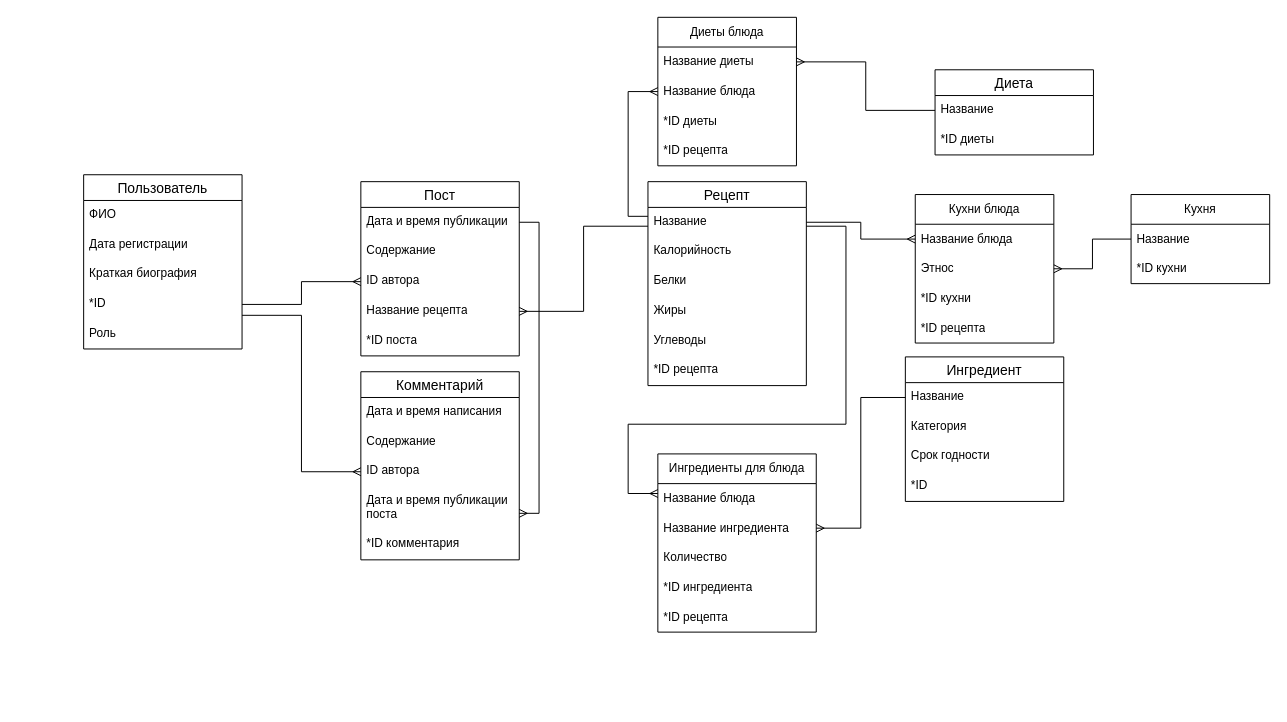
shuntarochishiya/Chef-Blog keeps this draw.io diagram as database.drawio. Above is the earlier version. Source tidied: cells renumbered, new cells numbered last; positions are measured from the earlier drawing's top-left corner, leaving out a move shared by most shapes. Both pictures are drawn from the tidied source at 99%, with x=0, y=0 at pixel (83, 17).
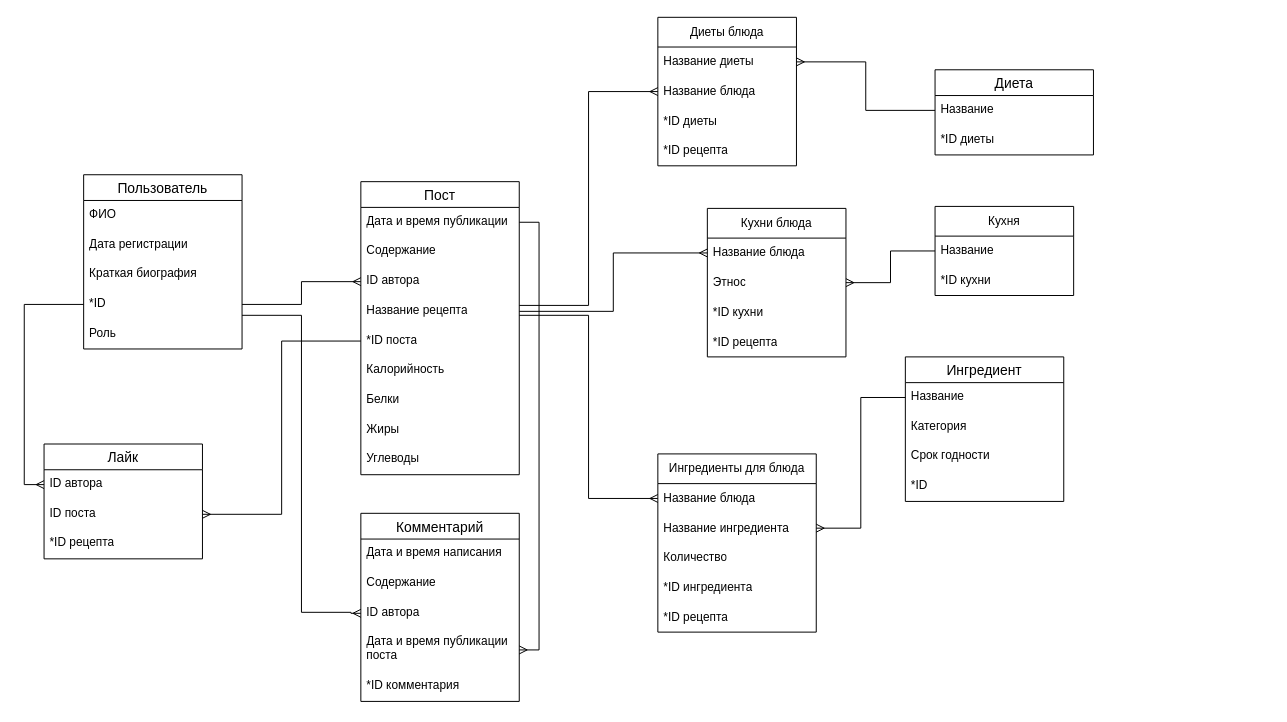
Above is the later version.

Unchanged cells that the change refers to:
```xml
<mxCell id="6" value="*ID" style="text;strokeColor=none;fillColor=none;spacingLeft=4;spacingRight=4;overflow=hidden;points=[[0,0.5],[1,0.5]];portConstraint=eastwest;fontSize=12;whiteSpace=wrap;html=1;" parent="2" vertex="1">
  <mxGeometry y="116" width="160" height="30" as="geometry" />
</mxCell>
<mxCell id="9" value="Дата и время публикации" style="text;strokeColor=none;fillColor=none;spacingLeft=4;spacingRight=4;overflow=hidden;points=[[0,0.5],[1,0.5]];portConstraint=eastwest;fontSize=12;whiteSpace=wrap;html=1;" parent="8" vertex="1">
  <mxGeometry y="26" width="160" height="30" as="geometry" />
</mxCell>
<mxCell id="12" value="Название рецепта" style="text;strokeColor=none;fillColor=none;spacingLeft=4;spacingRight=4;overflow=hidden;points=[[0,0.5],[1,0.5]];portConstraint=eastwest;fontSize=12;whiteSpace=wrap;html=1;" parent="8" vertex="1">
  <mxGeometry y="116" width="160" height="30" as="geometry" />
</mxCell>
<mxCell id="13" value="*ID поста" style="text;strokeColor=none;fillColor=none;spacingLeft=4;spacingRight=4;overflow=hidden;points=[[0,0.5],[1,0.5]];portConstraint=eastwest;fontSize=12;whiteSpace=wrap;html=1;" parent="8" vertex="1">
  <mxGeometry y="146" width="160" height="30" as="geometry" />
</mxCell>
<mxCell id="17" value="ID автора" style="text;strokeColor=none;fillColor=none;spacingLeft=4;spacingRight=4;overflow=hidden;points=[[0,0.5],[1,0.5]];portConstraint=eastwest;fontSize=12;whiteSpace=wrap;html=1;" parent="14" vertex="1">
  <mxGeometry y="86" width="160" height="30" as="geometry" />
</mxCell>
<mxCell id="18" value="Дата и время публикации поста" style="text;strokeColor=none;fillColor=none;spacingLeft=4;spacingRight=4;overflow=hidden;points=[[0,0.5],[1,0.5]];portConstraint=eastwest;fontSize=12;whiteSpace=wrap;html=1;" parent="14" vertex="1">
  <mxGeometry y="116" width="160" height="44" as="geometry" />
</mxCell>
<mxCell id="36" value="Название блюда" style="text;strokeColor=none;fillColor=none;align=left;verticalAlign=middle;spacingLeft=4;spacingRight=4;overflow=hidden;points=[[0,0.5],[1,0.5]];portConstraint=eastwest;whiteSpace=wrap;html=1;" parent="35" vertex="1">
  <mxGeometry y="30" width="160" height="30" as="geometry" />
</mxCell>
<mxCell id="45" value="Название блюда" style="text;strokeColor=none;fillColor=none;align=left;verticalAlign=middle;spacingLeft=4;spacingRight=4;overflow=hidden;points=[[0,0.5],[1,0.5]];portConstraint=eastwest;whiteSpace=wrap;html=1;" parent="43" vertex="1">
  <mxGeometry y="60" width="140" height="30" as="geometry" />
</mxCell>
<mxCell id="55" value="Название блюда" style="text;strokeColor=none;fillColor=none;align=left;verticalAlign=middle;spacingLeft=4;spacingRight=4;overflow=hidden;points=[[0,0.5],[1,0.5]];portConstraint=eastwest;whiteSpace=wrap;html=1;" parent="54" vertex="1">
  <mxGeometry y="30" width="140" height="30" as="geometry" />
</mxCell>
```

The edit, as a diff of the source:
```diff
@@
     <mxCell id="8" value="Пост" style="swimlane;fontStyle=0;horizontal=1;startSize=26;align=center;fontSize=14;" parent="1" vertex="1">
-      <mxGeometry x="280" y="166" width="160" height="176" as="geometry" />
+      <mxGeometry x="280" y="166" width="160" height="296" as="geometry" />
     </mxCell>
@@
+    <mxCell id="22" value="Калорийность" style="text;strokeColor=none;fillColor=none;spacingLeft=4;spacingRight=4;overflow=hidden;fontSize=12;whiteSpace=wrap;html=1;" parent="8" vertex="1">
+      <mxGeometry y="176" width="160" height="30" as="geometry" />
+    </mxCell>
+    <mxCell id="23" value="Белки" style="text;strokeColor=none;fillColor=none;spacingLeft=4;spacingRight=4;overflow=hidden;fontSize=12;whiteSpace=wrap;html=1;" parent="8" vertex="1">
+      <mxGeometry y="206" width="160" height="30" as="geometry" />
+    </mxCell>
+    <mxCell id="64" value="Жиры" style="text;strokeColor=none;fillColor=none;spacingLeft=4;spacingRight=4;overflow=hidden;fontSize=12;whiteSpace=wrap;html=1;" parent="8" vertex="1">
+      <mxGeometry y="236" width="160" height="30" as="geometry" />
+    </mxCell>
+    <mxCell id="65" value="Углеводы" style="text;strokeColor=none;fillColor=none;spacingLeft=4;spacingRight=4;overflow=hidden;fontSize=12;whiteSpace=wrap;html=1;" parent="8" vertex="1">
+      <mxGeometry y="266" width="160" height="30" as="geometry" />
+    </mxCell>
     <mxCell id="14" value="Комментарий" style="swimlane;fontStyle=0;horizontal=1;startSize=26;align=center;fontSize=14;" parent="1" vertex="1">
-      <mxGeometry x="280" y="358" width="160" height="190" as="geometry" />
+      <mxGeometry x="280" y="501" width="160" height="190" as="geometry" />
     </mxCell>
@@
-    <mxCell id="20" value="Рецепт" style="swimlane;fontStyle=0;horizontal=1;startSize=26;align=center;fontSize=14;" parent="1" vertex="1">
-      <mxGeometry x="570" y="166" width="160" height="206" as="geometry" />
+    <mxCell id="20" value="Лайк" style="swimlane;fontStyle=0;horizontal=1;startSize=26;align=center;fontSize=14;" parent="1" vertex="1">
+      <mxGeometry x="-40" y="431" width="160" height="116" as="geometry" />
     </mxCell>
-    <mxCell id="21" value="Название" style="text;strokeColor=none;fillColor=none;spacingLeft=4;spacingRight=4;overflow=hidden;points=[[0,0.5],[1,0.5]];portConstraint=eastwest;fontSize=12;whiteSpace=wrap;html=1;" parent="20" vertex="1">
-      <mxGeometry y="26" width="160" height="30" as="geometry" />
-    </mxCell>
-    <mxCell id="22" value="Калорийность" style="text;strokeColor=none;fillColor=none;spacingLeft=4;spacingRight=4;overflow=hidden;fontSize=12;whiteSpace=wrap;html=1;" parent="20" vertex="1">
-      <mxGeometry y="56" width="160" height="30" as="geometry" />
-    </mxCell>
-    <mxCell id="23" value="Белки" style="text;strokeColor=none;fillColor=none;spacingLeft=4;spacingRight=4;overflow=hidden;fontSize=12;whiteSpace=wrap;html=1;" parent="20" vertex="1">
-      <mxGeometry y="86" width="160" height="30" as="geometry" />
-    </mxCell>
-    <mxCell id="24" value="Жиры" style="text;strokeColor=none;fillColor=none;spacingLeft=4;spacingRight=4;overflow=hidden;points=[[0,0.5],[1,0.5]];portConstraint=eastwest;fontSize=12;whiteSpace=wrap;html=1;" parent="20" vertex="1">
-      <mxGeometry y="116" width="160" height="30" as="geometry" />
+    <mxCell id="24" value="ID автора" style="text;strokeColor=none;fillColor=none;spacingLeft=4;spacingRight=4;overflow=hidden;points=[[0,0.5],[1,0.5]];portConstraint=eastwest;fontSize=12;whiteSpace=wrap;html=1;" parent="20" vertex="1">
+      <mxGeometry y="26" width="160" height="30" as="geometry" />
     </mxCell>
-    <mxCell id="25" value="Углеводы" style="text;strokeColor=none;fillColor=none;spacingLeft=4;spacingRight=4;overflow=hidden;points=[[0,0.5],[1,0.5]];portConstraint=eastwest;fontSize=12;whiteSpace=wrap;html=1;" parent="20" vertex="1">
-      <mxGeometry y="146" width="160" height="30" as="geometry" />
+    <mxCell id="25" value="ID поста" style="text;strokeColor=none;fillColor=none;spacingLeft=4;spacingRight=4;overflow=hidden;points=[[0,0.5],[1,0.5]];portConstraint=eastwest;fontSize=12;whiteSpace=wrap;html=1;" parent="20" vertex="1">
+      <mxGeometry y="56" width="160" height="30" as="geometry" />
     </mxCell>
     <mxCell id="26" value="*ID рецепта" style="text;strokeColor=none;fillColor=none;spacingLeft=4;spacingRight=4;overflow=hidden;fontSize=12;whiteSpace=wrap;html=1;" parent="20" vertex="1">
-      <mxGeometry y="176" width="160" height="30" as="geometry" />
+      <mxGeometry y="86" width="160" height="30" as="geometry" />
     </mxCell>
@@
-    <mxCell id="41" style="edgeStyle=orthogonalEdgeStyle;rounded=0;jettySize=auto;html=1;endArrow=none;endFill=0;startArrow=ERmany;startFill=0;" parent="1" edge="1" source="36">
-      <mxGeometry relative="1" as="geometry">
-        <mxPoint x="730" y="211" as="targetPoint" />
-        <Array as="points">
-          <mxPoint x="550" y="481" />
-          <mxPoint x="550" y="411" />
-          <mxPoint x="770" y="411" />
-          <mxPoint x="770" y="211" />
-        </Array>
-      </mxGeometry>
-    </mxCell>
@@
-    <mxCell id="49" style="edgeStyle=orthogonalEdgeStyle;rounded=0;jettySize=auto;html=1;entryX=0;entryY=0.5;entryDx=0;entryDy=0;endArrow=ERmany;endFill=0;startArrow=none;startFill=0;" parent="1" edge="1" source="21" target="45">
-      <mxGeometry relative="1" as="geometry">
-        <Array as="points">
-          <mxPoint x="550" y="201" />
-          <mxPoint x="550" y="75" />
-        </Array>
-      </mxGeometry>
-    </mxCell>
-    <mxCell id="50" style="edgeStyle=orthogonalEdgeStyle;rounded=0;jettySize=auto;html=1;entryX=1;entryY=0.5;entryDx=0;entryDy=0;endArrow=ERmany;endFill=0;" parent="1" edge="1" source="21" target="12">
-      <mxGeometry relative="1" as="geometry">
-        <Array as="points">
-          <mxPoint x="505" y="211" />
-          <mxPoint x="505" y="297" />
-        </Array>
-      </mxGeometry>
-    </mxCell>
@@
     <mxCell id="52" style="edgeStyle=orthogonalEdgeStyle;rounded=0;jettySize=auto;html=1;endArrow=ERmany;endFill=0;" parent="1" edge="1" source="6" target="17">
       <mxGeometry relative="1" as="geometry">
         <Array as="points">
           <mxPoint x="220" y="301" />
-          <mxPoint x="220" y="459" />
+          <mxPoint x="220" y="601" />
+          <mxPoint x="270" y="601" />
+          <mxPoint x="270" y="602" />
         </Array>
       </mxGeometry>
     </mxCell>
     <mxCell id="53" style="edgeStyle=orthogonalEdgeStyle;rounded=0;jettySize=auto;html=1;endArrow=ERmany;endFill=0;" parent="1" edge="1" source="9" target="18">
       <mxGeometry relative="1" as="geometry">
         <Array as="points">
           <mxPoint x="460" y="207" />
-          <mxPoint x="460" y="501" />
+          <mxPoint x="460" y="639" />
         </Array>
       </mxGeometry>
     </mxCell>
     <mxCell id="54" value="Кухни блюда" style="swimlane;fontStyle=0;horizontal=1;startSize=30;whiteSpace=wrap;html=1;" parent="1" vertex="1">
-      <mxGeometry x="840" y="179" width="140" height="150" as="geometry" />
+      <mxGeometry x="630" y="193" width="140" height="150" as="geometry" />
     </mxCell>
@@
-    <mxCell id="59" style="edgeStyle=orthogonalEdgeStyle;rounded=0;jettySize=auto;html=1;entryX=0;entryY=0.5;entryDx=0;entryDy=0;endArrow=ERmany;endFill=0;" parent="1" edge="1" source="21" target="55">
-      <mxGeometry relative="1" as="geometry" />
-    </mxCell>
     <mxCell id="60" value="Кухня" style="swimlane;fontStyle=0;horizontal=1;startSize=30;whiteSpace=wrap;html=1;" parent="1" vertex="1">
-      <mxGeometry x="1058" y="179" width="140" height="90" as="geometry" />
+      <mxGeometry x="860" y="191" width="140" height="90" as="geometry" />
     </mxCell>
@@
+    <mxCell id="66" style="edgeStyle=orthogonalEdgeStyle;rounded=0;jettySize=auto;html=1;endArrow=ERmany;endFill=0;" parent="1" edge="1" source="12" target="45">
+      <mxGeometry relative="1" as="geometry">
+        <Array as="points">
+          <mxPoint x="510" y="291" />
+          <mxPoint x="510" y="75" />
+        </Array>
+      </mxGeometry>
+    </mxCell>
+    <mxCell id="67" style="edgeStyle=orthogonalEdgeStyle;rounded=0;jettySize=auto;html=1;endArrow=ERmany;endFill=0;" parent="1" edge="1" source="12" target="55">
+      <mxGeometry relative="1" as="geometry">
+        <Array as="points">
+          <mxPoint x="535" y="297" />
+          <mxPoint x="535" y="238" />
+        </Array>
+      </mxGeometry>
+    </mxCell>
+    <mxCell id="68" style="edgeStyle=orthogonalEdgeStyle;rounded=0;jettySize=auto;html=1;endArrow=ERmany;endFill=0;" parent="1" edge="1" source="12" target="36">
+      <mxGeometry relative="1" as="geometry">
+        <Array as="points">
+          <mxPoint x="510" y="301" />
+          <mxPoint x="510" y="486" />
+        </Array>
+      </mxGeometry>
+    </mxCell>
+    <mxCell id="69" style="edgeStyle=orthogonalEdgeStyle;rounded=0;jettySize=auto;html=1;endArrow=ERmany;endFill=0;" parent="1" edge="1" source="6" target="24">
+      <mxGeometry relative="1" as="geometry">
+        <Array as="points">
+          <mxPoint x="-60" y="290" />
+          <mxPoint x="-60" y="472" />
+        </Array>
+      </mxGeometry>
+    </mxCell>
+    <mxCell id="70" style="edgeStyle=orthogonalEdgeStyle;rounded=0;jettySize=auto;html=1;endArrow=ERmany;endFill=0;" parent="1" edge="1" source="13" target="25">
+      <mxGeometry relative="1" as="geometry" />
+    </mxCell>
```
